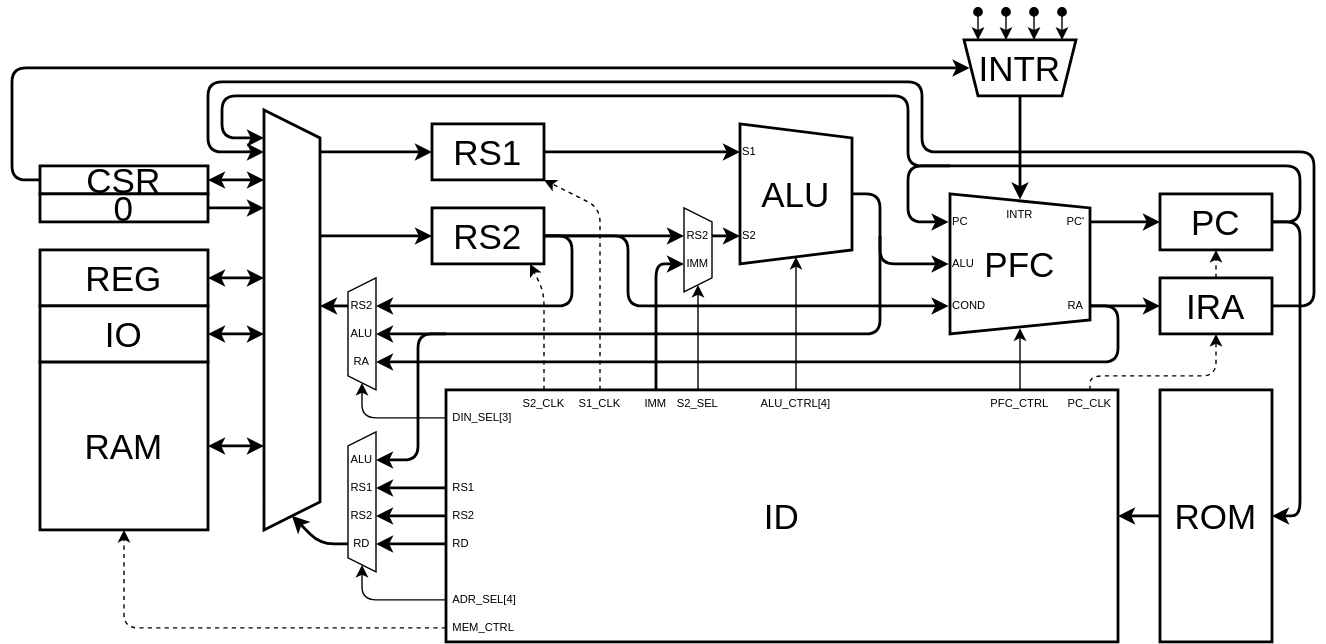
Before: Lab/Computer/RK16/01_Architecture/img/arch.dio.svg, a diagram exported from draw.io (amane-uehara/kanade-k-1228.github.io). Source tidied: cells renumbered, new cells last; positions are measured from the earlier drawing's top-left corner, leaving out a move shared by most shapes.
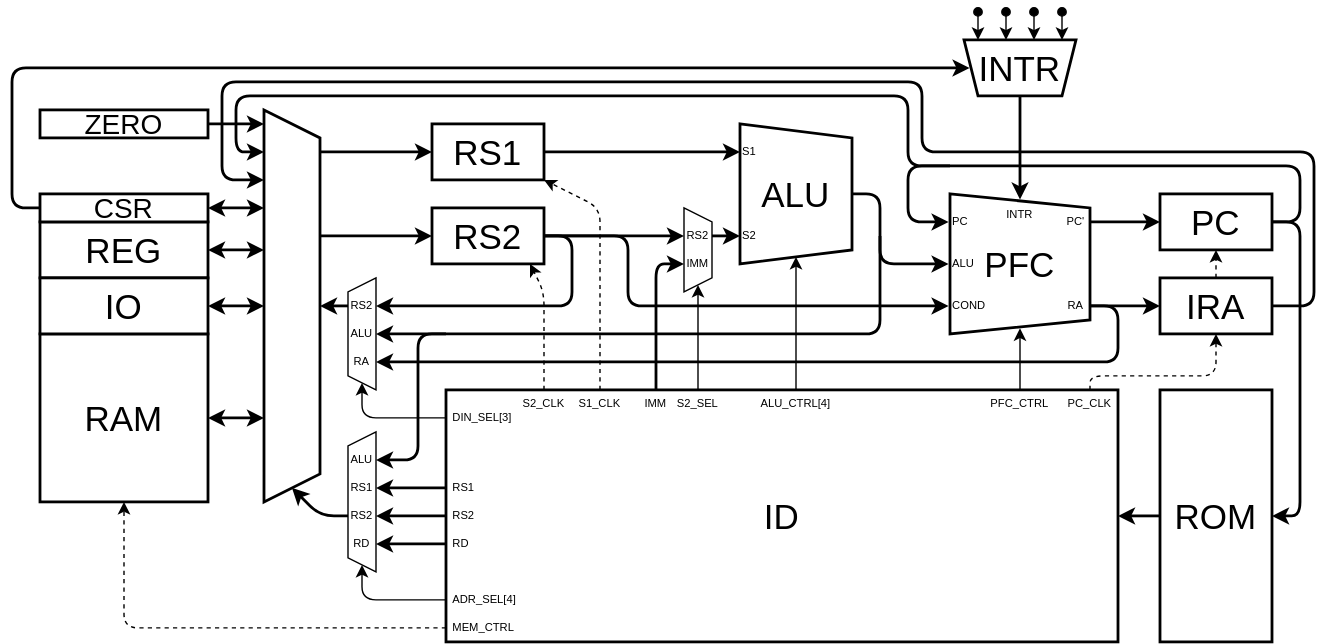
Later version of the same file.

Change to the diagram source:
```diff
@@ -12,13 +12,13 @@
       <mxGeometry x="820" y="270" width="80" height="180" as="geometry" />
     </mxCell>
     <mxCell id="5" value="RAM" style="rounded=0;whiteSpace=wrap;html=1;fontSize=25;strokeWidth=2;" parent="1" vertex="1">
-      <mxGeometry x="20" y="250" width="120" height="120" as="geometry" />
+      <mxGeometry x="20" y="230" width="120" height="120" as="geometry" />
     </mxCell>
     <mxCell id="6" value="ID" style="rounded=0;whiteSpace=wrap;html=1;fontSize=25;strokeWidth=2;" parent="1" vertex="1">
       <mxGeometry x="310" y="270" width="480" height="180" as="geometry" />
     </mxCell>
     <mxCell id="7" value="REG" style="rounded=0;whiteSpace=wrap;html=1;fontSize=25;strokeWidth=2;" parent="1" vertex="1">
-      <mxGeometry x="20" y="170" width="120" height="40" as="geometry" />
+      <mxGeometry x="20" y="150" width="120" height="40" as="geometry" />
     </mxCell>
     <mxCell id="8" style="shape=trapezoid;perimeter=trapezoidPerimeter;whiteSpace=wrap;html=1;fixedSize=1;fontSize=25;direction=south;size=10;" parent="1" vertex="1">
       <mxGeometry x="480" y="140" width="20" height="60" as="geometry" />
@@ -40,10 +40,10 @@
     </mxCell>
     <mxCell id="12" style="endArrow=classic;html=1;fontSize=25;strokeWidth=2;" parent="1" edge="1">
       <mxGeometry relative="1" as="geometry">
-        <mxPoint x="240" y="380" as="sourcePoint" />
-        <mxPoint x="200" y="360" as="targetPoint" />
+        <mxPoint x="240" y="360" as="sourcePoint" />
+        <mxPoint x="200" y="340" as="targetPoint" />
         <Array as="points">
-          <mxPoint x="220" y="380" />
+          <mxPoint x="220" y="360" />
         </Array>
       </mxGeometry>
     </mxCell>
@@ -175,10 +175,10 @@
       </mxGeometry>
     </mxCell>
     <mxCell id="33" value="IO" style="rounded=0;whiteSpace=wrap;html=1;fontSize=25;strokeWidth=2;" parent="1" vertex="1">
-      <mxGeometry x="20" y="210" width="120" height="40" as="geometry" />
+      <mxGeometry x="20" y="190" width="120" height="40" as="geometry" />
     </mxCell>
     <mxCell id="34" style="shape=trapezoid;perimeter=trapezoidPerimeter;whiteSpace=wrap;html=1;fixedSize=1;fontSize=12;direction=south;strokeWidth=2;size=20.000000000000014;" parent="1" vertex="1">
-      <mxGeometry x="180" y="70" width="40" height="300" as="geometry" />
+      <mxGeometry x="180" y="70" width="40" height="280" as="geometry" />
     </mxCell>
     <mxCell id="35" value="RS2" style="text;html=1;strokeColor=none;fillColor=none;align=center;verticalAlign=middle;whiteSpace=wrap;rounded=0;rotation=0;fontSize=8;" parent="1" vertex="1">
       <mxGeometry x="480" y="150" width="20" height="20" as="geometry" />
@@ -271,7 +271,7 @@
     <mxCell id="53" style="endArrow=classic;html=1;fontSize=25;startArrow=none;startFill=0;dashed=1;" parent="1" edge="1">
       <mxGeometry relative="1" as="geometry">
         <mxPoint x="310" y="440" as="sourcePoint" />
-        <mxPoint x="80" y="370" as="targetPoint" />
+        <mxPoint x="80" y="350" as="targetPoint" />
         <Array as="points">
           <mxPoint x="80" y="440" />
         </Array>
@@ -378,18 +378,18 @@
         <mxPoint x="820" y="210" as="targetPoint" />
       </mxGeometry>
     </mxCell>
-    <mxCell id="77" value="CSR" style="rounded=0;whiteSpace=wrap;html=1;fontSize=25;strokeWidth=2;" parent="1" vertex="1">
-      <mxGeometry x="20" y="110" width="120" height="20" as="geometry" />
+    <mxCell id="77" value="CSR" style="rounded=0;whiteSpace=wrap;html=1;fontSize=20;strokeWidth=2;" parent="1" vertex="1">
+      <mxGeometry x="20" y="130" width="120" height="20" as="geometry" />
     </mxCell>
     <mxCell id="78" value="INTR" style="shape=trapezoid;perimeter=trapezoidPerimeter;whiteSpace=wrap;html=1;fixedSize=1;fontSize=25;direction=west;size=10;strokeWidth=2;" parent="1" vertex="1">
       <mxGeometry x="680" y="20" width="80" height="40" as="geometry" />
     </mxCell>
     <mxCell id="79" style="endArrow=classic;html=1;fontSize=25;startArrow=none;startFill=0;strokeWidth=2;" parent="1" edge="1">
       <mxGeometry relative="1" as="geometry">
-        <mxPoint x="20" y="120" as="sourcePoint" />
+        <mxPoint x="20" y="140" as="sourcePoint" />
         <mxPoint x="684" y="40" as="targetPoint" />
         <Array as="points">
-          <mxPoint y="120" />
+          <mxPoint y="140" />
           <mxPoint y="40" />
         </Array>
       </mxGeometry>
@@ -411,21 +411,21 @@
     </mxCell>
     <mxCell id="83" style="endArrow=classic;startArrow=classic;html=1;fontSize=25;strokeWidth=2;" parent="1" edge="1">
       <mxGeometry relative="1" as="geometry">
-        <mxPoint x="140" y="120" as="sourcePoint" />
-        <mxPoint x="180" y="120" as="targetPoint" />
+        <mxPoint x="140" y="140" as="sourcePoint" />
+        <mxPoint x="180" y="140" as="targetPoint" />
       </mxGeometry>
     </mxCell>
     <mxCell id="84" style="endArrow=classic;html=1;strokeWidth=2;fontSize=25;" parent="1" edge="1">
       <mxGeometry relative="1" as="geometry">
         <mxPoint x="900" y="210" as="sourcePoint" />
-        <mxPoint x="180" y="100" as="targetPoint" />
+        <mxPoint x="180" y="120" as="targetPoint" />
         <Array as="points">
           <mxPoint x="930" y="210" />
           <mxPoint x="930" y="100" />
           <mxPoint x="650" y="100" />
           <mxPoint x="650" y="50" />
-          <mxPoint x="140" y="50" />
-          <mxPoint x="140" y="100" />
+          <mxPoint x="150" y="50" />
+          <mxPoint x="150" y="120" />
         </Array>
       </mxGeometry>
     </mxCell>
@@ -435,42 +435,42 @@
         <mxPoint x="860" y="170" as="targetPoint" />
       </mxGeometry>
     </mxCell>
-    <mxCell id="86" value="0" style="rounded=0;whiteSpace=wrap;html=1;fontSize=25;strokeWidth=2;" parent="1" vertex="1">
-      <mxGeometry x="20" y="130" width="120" height="20" as="geometry" />
+    <mxCell id="86" value="ZERO" style="rounded=0;whiteSpace=wrap;html=1;fontSize=20;strokeWidth=2;" parent="1" vertex="1">
+      <mxGeometry x="20" y="70" width="120" height="20" as="geometry" />
     </mxCell>
     <mxCell id="87" style="endArrow=classic;startArrow=classic;html=1;fontSize=25;strokeWidth=2;" parent="1" edge="1">
       <mxGeometry relative="1" as="geometry">
-        <mxPoint x="140" y="190" as="sourcePoint" />
-        <mxPoint x="180" y="190" as="targetPoint" />
+        <mxPoint x="140" y="170" as="sourcePoint" />
+        <mxPoint x="180" y="170" as="targetPoint" />
       </mxGeometry>
     </mxCell>
     <mxCell id="88" style="endArrow=classic;startArrow=classic;html=1;fontSize=25;strokeWidth=2;" parent="1" edge="1">
       <mxGeometry relative="1" as="geometry">
-        <mxPoint x="140" y="230" as="sourcePoint" />
-        <mxPoint x="180" y="230" as="targetPoint" />
+        <mxPoint x="140" y="210" as="sourcePoint" />
+        <mxPoint x="180" y="210" as="targetPoint" />
       </mxGeometry>
     </mxCell>
     <mxCell id="89" style="endArrow=classic;startArrow=classic;html=1;fontSize=25;strokeWidth=2;" parent="1" edge="1">
       <mxGeometry relative="1" as="geometry">
-        <mxPoint x="140" y="310" as="sourcePoint" />
-        <mxPoint x="180" y="310" as="targetPoint" />
+        <mxPoint x="140" y="290" as="sourcePoint" />
+        <mxPoint x="180" y="290" as="targetPoint" />
       </mxGeometry>
     </mxCell>
     <mxCell id="90" style="endArrow=classic;html=1;strokeWidth=2;" parent="1" edge="1">
       <mxGeometry relative="1" as="geometry">
-        <mxPoint x="140" y="140" as="sourcePoint" />
-        <mxPoint x="180" y="140" as="targetPoint" />
+        <mxPoint x="140" y="80" as="sourcePoint" />
+        <mxPoint x="180" y="80" as="targetPoint" />
       </mxGeometry>
     </mxCell>
     <mxCell id="91" style="endArrow=classic;html=1;strokeWidth=2;fontSize=25;" parent="1" edge="1">
       <mxGeometry relative="1" as="geometry">
         <mxPoint x="670" y="110" as="sourcePoint" />
-        <mxPoint x="180" y="90" as="targetPoint" />
+        <mxPoint x="180" y="100" as="targetPoint" />
         <Array as="points">
           <mxPoint x="640" y="110" />
           <mxPoint x="640" y="60" />
-          <mxPoint x="150" y="60" />
-          <mxPoint x="150" y="90" />
+          <mxPoint x="160" y="60" />
+          <mxPoint x="160" y="100" />
         </Array>
       </mxGeometry>
     </mxCell>
```
